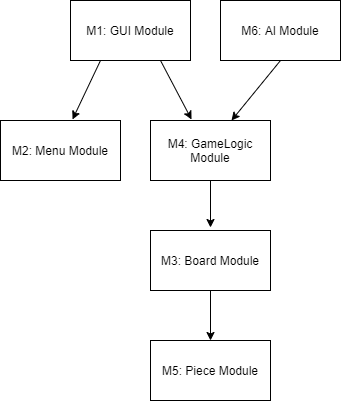
Above: BlankProjectTemplate/Doc/Rev1/Design/MG/UsesHierarchy.png in DylanSmithSE/3xa3-g09-2021 (draw.io), before the change. Source tidied: cells renumbered, new cells last; positions are measured from the earlier drawing's top-left corner, leaving out a move shared by most shapes.
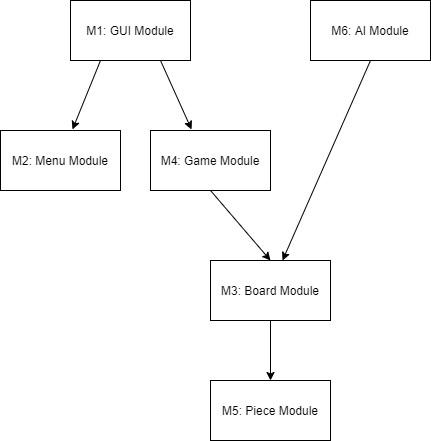
The same file after the commit.

Change to the diagram source:
```diff
@@ -6,7 +6,7 @@
       <mxGeometry relative="1" as="geometry" />
     </mxCell>
     <mxCell id="3" value="M3: Board Module" style="rounded=0;whiteSpace=wrap;html=1;" parent="1" vertex="1">
-      <mxGeometry x="150" y="230" width="120" height="60" as="geometry" />
+      <mxGeometry x="210" y="250" width="120" height="60" as="geometry" />
     </mxCell>
     <mxCell id="4" style="edgeStyle=none;rounded=0;jettySize=auto;html=1;exitX=0.75;exitY=1;exitDx=0;exitDy=0;entryX=0.342;entryY=-0.017;entryDx=0;entryDy=0;entryPerimeter=0;" parent="1" edge="1" source="6" target="11">
       <mxGeometry relative="1" as="geometry" />
@@ -15,23 +15,21 @@
       <mxGeometry relative="1" as="geometry" />
     </mxCell>
     <mxCell id="6" value="M1: GUI Module" style="rounded=0;whiteSpace=wrap;html=1;" parent="1" vertex="1">
-      <mxGeometry x="70" width="120" height="60" as="geometry" />
+      <mxGeometry x="70" y="-10" width="120" height="60" as="geometry" />
     </mxCell>
     <mxCell id="7" value="M5: Piece Module" style="rounded=0;whiteSpace=wrap;html=1;" parent="1" vertex="1">
-      <mxGeometry x="150" y="340" width="120" height="60" as="geometry" />
+      <mxGeometry x="210" y="370" width="120" height="60" as="geometry" />
     </mxCell>
-    <mxCell id="8" style="edgeStyle=none;rounded=0;jettySize=auto;html=1;exitX=0.5;exitY=1;exitDx=0;exitDy=0;entryX=0.675;entryY=0;entryDx=0;entryDy=0;entryPerimeter=0;" parent="1" edge="1" source="9" target="11">
+    <mxCell id="8" style="edgeStyle=none;rounded=0;jettySize=auto;html=1;exitX=0.5;exitY=1;exitDx=0;exitDy=0;entryX=0.6;entryY=0;entryDx=0;entryDy=0;entryPerimeter=0;" parent="1" edge="1" source="9" target="3">
       <mxGeometry relative="1" as="geometry" />
     </mxCell>
     <mxCell id="9" value="M6: AI Module" style="rounded=0;whiteSpace=wrap;html=1;" parent="1" vertex="1">
-      <mxGeometry x="220" width="120" height="60" as="geometry" />
+      <mxGeometry x="310" y="-10" width="120" height="60" as="geometry" />
     </mxCell>
-    <mxCell id="10" style="edgeStyle=none;rounded=0;jettySize=auto;html=1;exitX=0.5;exitY=1;exitDx=0;exitDy=0;" parent="1" edge="1" source="11">
-      <mxGeometry relative="1" as="geometry">
-        <mxPoint x="210" y="227" as="targetPoint" />
-      </mxGeometry>
+    <mxCell id="10" style="edgeStyle=none;rounded=0;jettySize=auto;html=1;exitX=0.5;exitY=1;exitDx=0;exitDy=0;entryX=0.5;entryY=0;entryDx=0;entryDy=0;" parent="1" edge="1" source="11" target="3">
+      <mxGeometry relative="1" as="geometry" />
     </mxCell>
-    <mxCell id="11" value="M4: GameLogic Module" style="rounded=0;whiteSpace=wrap;html=1;" parent="1" vertex="1">
+    <mxCell id="11" value="M4: Game Module" style="rounded=0;whiteSpace=wrap;html=1;" parent="1" vertex="1">
       <mxGeometry x="150" y="120" width="120" height="60" as="geometry" />
     </mxCell>
     <mxCell id="12" value="M2: Menu Module" style="rounded=0;whiteSpace=wrap;html=1;" parent="1" vertex="1">
```
